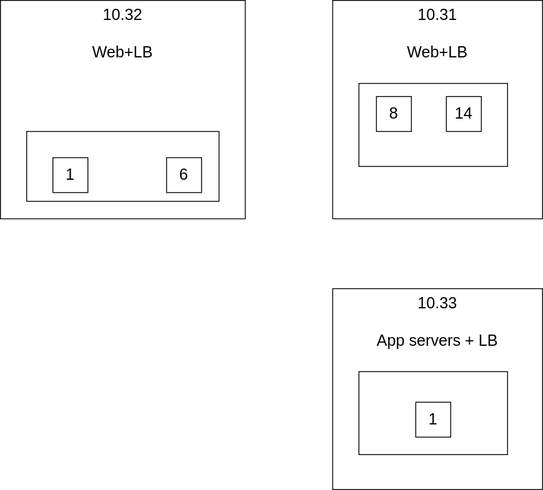
Before: currentdevtestinfrastructures_tobecleaned.svg, a diagram exported from draw.io (vjavle/invoicecloud). Source tidied: cells renumbered, new cells last; positions are measured from the earlier drawing's top-left corner, leaving out a move shared by most shapes.
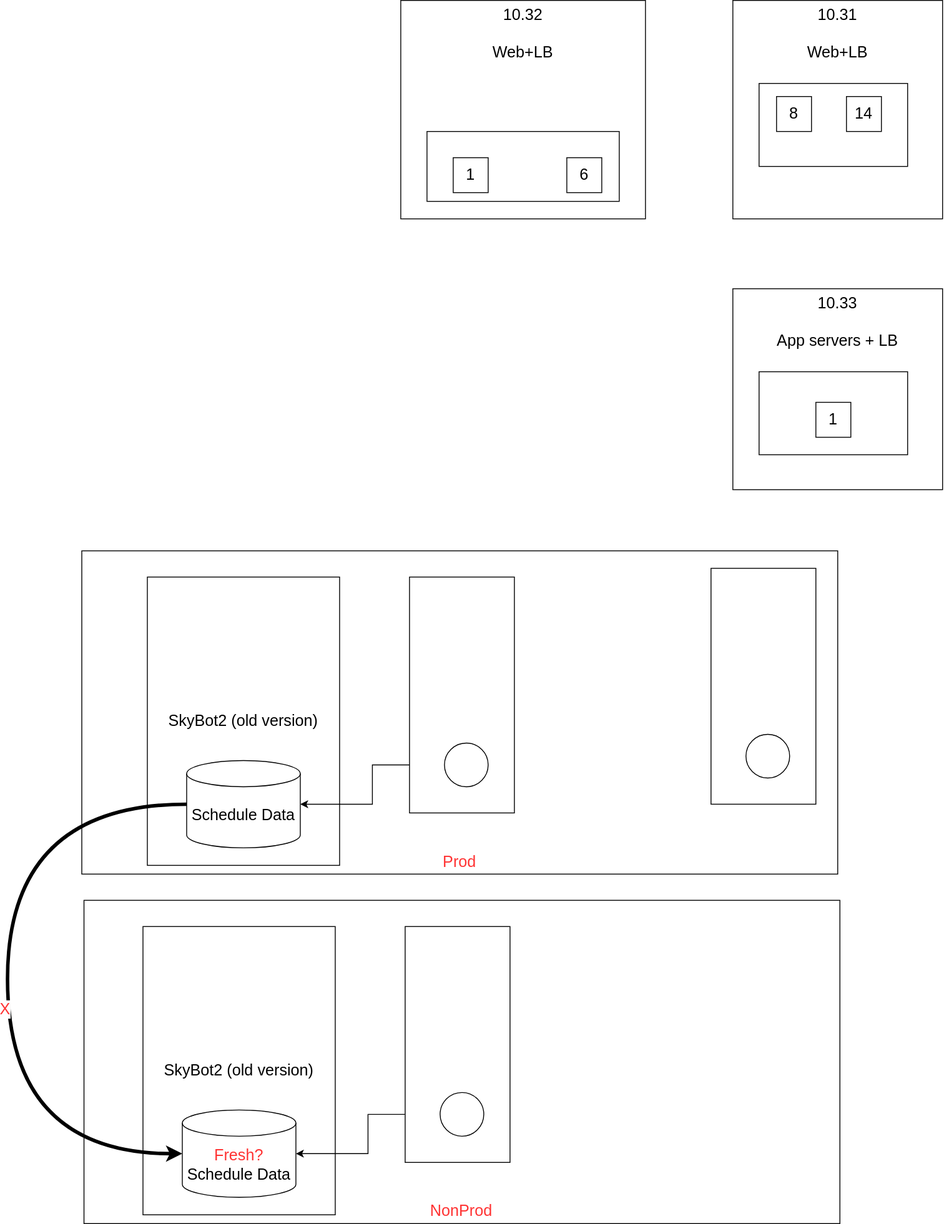
After the change.

The edit, as a diff of the source:
```diff
@@ -2,6 +2,18 @@
   <root>
     <mxCell id="0" />
     <mxCell id="1" parent="0" />
+    <mxCell id="13" value="NonProd" style="rounded=0;whiteSpace=wrap;html=1;fontSize=18;fontColor=#FF3333;verticalAlign=bottom;" parent="1" vertex="1">
+      <mxGeometry x="-362.5" y="1030" width="865" height="370" as="geometry" />
+    </mxCell>
+    <mxCell id="14" value="SkyBot2 (old version)" style="rounded=0;whiteSpace=wrap;html=1;fontSize=18;" parent="1" vertex="1">
+      <mxGeometry x="-295" y="1060" width="220" height="330" as="geometry" />
+    </mxCell>
+    <mxCell id="15" value="Prod" style="rounded=0;whiteSpace=wrap;html=1;fontSize=18;fontColor=#FF3333;verticalAlign=bottom;" parent="1" vertex="1">
+      <mxGeometry x="-365" y="630" width="865" height="370" as="geometry" />
+    </mxCell>
+    <mxCell id="16" value="SkyBot2 (old version)" style="rounded=0;whiteSpace=wrap;html=1;fontSize=18;" parent="1" vertex="1">
+      <mxGeometry x="-290" y="660" width="220" height="330" as="geometry" />
+    </mxCell>
     <mxCell id="2" value="10.32&lt;br&gt;&lt;br&gt;Web+LB" style="rounded=0;whiteSpace=wrap;html=1;fontSize=18;verticalAlign=top;" parent="1" vertex="1">
       <mxGeometry width="280" height="250" as="geometry" />
     </mxCell>
@@ -35,5 +47,46 @@
     <mxCell id="12" value="1" style="whiteSpace=wrap;html=1;fontSize=18;" parent="1" vertex="1">
       <mxGeometry x="475" y="460" width="40" height="40" as="geometry" />
     </mxCell>
+    <mxCell id="17" style="edgeStyle=orthogonalEdgeStyle;rounded=0;jettySize=auto;html=1;fontSize=18;exitX=0;exitY=0.5;exitDx=0;exitDy=0;" parent="1" edge="1" source="22" target="21">
+      <mxGeometry relative="1" as="geometry" />
+    </mxCell>
+    <mxCell id="18" style="rounded=0;whiteSpace=wrap;html=1;fontSize=18;" parent="1" vertex="1">
+      <mxGeometry x="10" y="660" width="120" height="270" as="geometry" />
+    </mxCell>
+    <mxCell id="19" style="edgeStyle=orthogonalEdgeStyle;curved=1;rounded=0;jettySize=auto;html=1;entryX=0;entryY=0.5;entryDx=0;entryDy=0;entryPerimeter=0;fontSize=18;strokeWidth=4;" parent="1" edge="1" source="21" target="27">
+      <mxGeometry relative="1" as="geometry">
+        <Array as="points">
+          <mxPoint x="-450" y="920" />
+          <mxPoint x="-450" y="1320" />
+        </Array>
+      </mxGeometry>
+    </mxCell>
+    <mxCell id="20" value="X" style="edgeLabel;html=1;align=center;verticalAlign=middle;fontSize=18;fontColor=#FF3333;" parent="19" vertex="1">
+      <mxGeometry x="0.09" y="-3" relative="1" as="geometry" />
+    </mxCell>
+    <mxCell id="21" value="Schedule Data" style="shape=cylinder3;whiteSpace=wrap;html=1;boundedLbl=1;backgroundOutline=1;size=15;fontSize=18;" parent="1" vertex="1">
+      <mxGeometry x="-245" y="870" width="130" height="100" as="geometry" />
+    </mxCell>
+    <mxCell id="22" style="ellipse;whiteSpace=wrap;html=1;fontSize=18;" parent="1" vertex="1">
+      <mxGeometry x="50" y="850" width="50" height="50" as="geometry" />
+    </mxCell>
+    <mxCell id="23" style="rounded=0;whiteSpace=wrap;html=1;fontSize=18;" parent="1" vertex="1">
+      <mxGeometry x="355" y="650" width="120" height="270" as="geometry" />
+    </mxCell>
+    <mxCell id="24" style="ellipse;whiteSpace=wrap;html=1;fontSize=18;" parent="1" vertex="1">
+      <mxGeometry x="395" y="840" width="50" height="50" as="geometry" />
+    </mxCell>
+    <mxCell id="25" style="edgeStyle=orthogonalEdgeStyle;rounded=0;jettySize=auto;html=1;fontSize=18;exitX=0;exitY=0.5;exitDx=0;exitDy=0;" parent="1" edge="1" source="28" target="27">
+      <mxGeometry relative="1" as="geometry" />
+    </mxCell>
+    <mxCell id="26" style="rounded=0;whiteSpace=wrap;html=1;fontSize=18;" parent="1" vertex="1">
+      <mxGeometry x="5" y="1060" width="120" height="270" as="geometry" />
+    </mxCell>
+    <mxCell id="27" value="&lt;font color=&quot;#ff3333&quot;&gt;Fresh?&lt;/font&gt;&lt;br&gt;Schedule Data" style="shape=cylinder3;whiteSpace=wrap;html=1;boundedLbl=1;backgroundOutline=1;size=15;fontSize=18;" parent="1" vertex="1">
+      <mxGeometry x="-250" y="1270" width="130" height="100" as="geometry" />
+    </mxCell>
+    <mxCell id="28" style="ellipse;whiteSpace=wrap;html=1;fontSize=18;" parent="1" vertex="1">
+      <mxGeometry x="45" y="1250" width="50" height="50" as="geometry" />
+    </mxCell>
   </root>
 </mxGraphModel>
```
